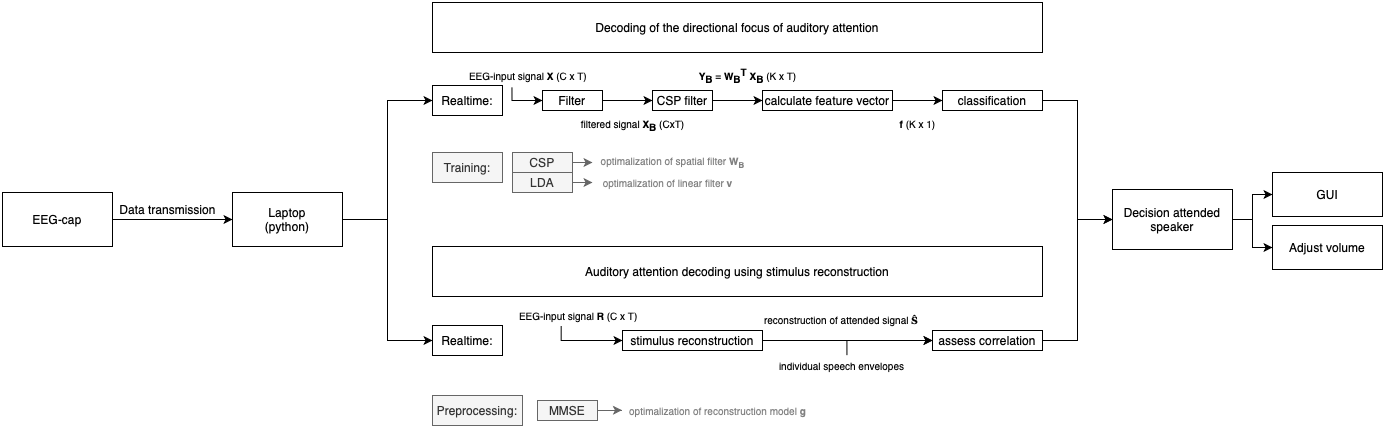
The draw.io diagram pipelineProject.png in BasCarpentero/P-O4-BMT, before a commit. Source tidied: cells renumbered, new cells last; positions are measured from the earlier drawing's top-left corner, leaving out a move shared by most shapes.
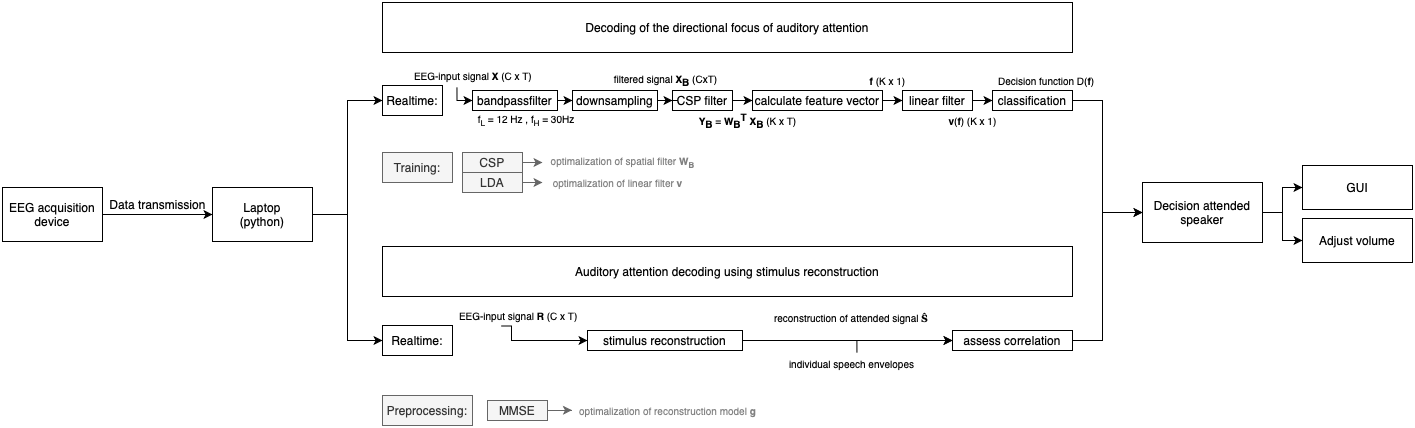
The same file after the commit.

The edit, as a diff of the source:
```diff
@@ -5,8 +5,8 @@
     <mxCell id="2" style="edgeStyle=orthogonalEdgeStyle;rounded=0;jettySize=auto;html=1;" parent="1" edge="1" source="3" target="6">
       <mxGeometry relative="1" as="geometry" />
     </mxCell>
-    <mxCell id="3" value="EEG-cap" style="rounded=0;whiteSpace=wrap;html=1;" parent="1" vertex="1">
-      <mxGeometry y="190" width="110" height="54" as="geometry" />
+    <mxCell id="3" value="EEG acquisition device" style="rounded=0;whiteSpace=wrap;html=1;" parent="1" vertex="1">
+      <mxGeometry y="190" width="100" height="54" as="geometry" />
     </mxCell>
     <mxCell id="4" style="edgeStyle=orthogonalEdgeStyle;rounded=0;jettySize=auto;html=1;exitX=1;exitY=0.5;exitDx=0;exitDy=0;entryX=0;entryY=0.5;entryDx=0;entryDy=0;fontSize=10;fontColor=#808080;" parent="1" edge="1" source="6" target="11">
       <mxGeometry relative="1" as="geometry" />
@@ -15,137 +15,147 @@
       <mxGeometry relative="1" as="geometry" />
     </mxCell>
     <mxCell id="6" value="Laptop&lt;br&gt;(python)" style="rounded=0;whiteSpace=wrap;html=1;" parent="1" vertex="1">
-      <mxGeometry x="230" y="190" width="110" height="54" as="geometry" />
+      <mxGeometry x="210" y="190" width="100" height="54" as="geometry" />
     </mxCell>
     <mxCell id="7" value="Data transmission" style="text;html=1;align=center;verticalAlign=middle;" parent="1" vertex="1">
-      <mxGeometry x="110" y="197" width="110" height="20" as="geometry" />
+      <mxGeometry x="100" y="197" width="110" height="20" as="geometry" />
     </mxCell>
     <mxCell id="8" value="Decoding of the directional focus of auditory attention" style="rounded=0;whiteSpace=wrap;html=1;" parent="1" vertex="1">
-      <mxGeometry x="430" width="610" height="50" as="geometry" />
+      <mxGeometry x="380" y="5" width="690" height="50" as="geometry" />
     </mxCell>
     <mxCell id="9" style="edgeStyle=orthogonalEdgeStyle;rounded=0;jettySize=auto;html=1;fontSize=10;fontColor=#808080;entryX=0;entryY=0.5;entryDx=0;entryDy=0;exitX=0.342;exitY=1.092;exitDx=0;exitDy=0;exitPerimeter=0;" parent="1" edge="1" source="10" target="13">
       <mxGeometry relative="1" as="geometry">
         <Array as="points">
-          <mxPoint x="510" y="98" />
+          <mxPoint x="455" y="103" />
         </Array>
       </mxGeometry>
     </mxCell>
     <mxCell id="10" value="EEG-input signal &lt;b&gt;X&lt;/b&gt; (C x T)" style="text;html=1;align=left;verticalAlign=middle;points=[];fontSize=10;" parent="1" vertex="1">
-      <mxGeometry x="465" y="63" width="130" height="20" as="geometry" />
+      <mxGeometry x="410" y="68" width="130" height="20" as="geometry" />
     </mxCell>
     <mxCell id="11" value="Realtime:" style="rounded=0;whiteSpace=wrap;html=1;" parent="1" vertex="1">
-      <mxGeometry x="430" y="83" width="70" height="30" as="geometry" />
+      <mxGeometry x="380" y="88" width="60" height="30" as="geometry" />
     </mxCell>
-    <mxCell id="12" style="edgeStyle=orthogonalEdgeStyle;rounded=0;jettySize=auto;html=1;exitX=1;exitY=0.5;exitDx=0;exitDy=0;entryX=0;entryY=0.5;entryDx=0;entryDy=0;" parent="1" edge="1" source="13" target="15">
+    <mxCell id="12" style="edgeStyle=orthogonalEdgeStyle;rounded=0;jettySize=auto;html=1;exitX=1;exitY=0.5;exitDx=0;exitDy=0;entryX=0;entryY=0.5;entryDx=0;entryDy=0;" parent="1" edge="1" source="13" target="51">
       <mxGeometry relative="1" as="geometry" />
     </mxCell>
-    <mxCell id="13" value="Filter" style="whiteSpace=wrap;html=1;" parent="1" vertex="1">
-      <mxGeometry x="540" y="88" width="60" height="20" as="geometry" />
+    <mxCell id="13" value="bandpassfilter" style="whiteSpace=wrap;html=1;" parent="1" vertex="1">
+      <mxGeometry x="470" y="93" width="85" height="20" as="geometry" />
     </mxCell>
     <mxCell id="14" style="edgeStyle=orthogonalEdgeStyle;rounded=0;jettySize=auto;html=1;exitX=1;exitY=0.5;exitDx=0;exitDy=0;entryX=0;entryY=0.5;entryDx=0;entryDy=0;" parent="1" edge="1" source="15" target="17">
       <mxGeometry relative="1" as="geometry" />
     </mxCell>
     <mxCell id="15" value="CSP filter" style="whiteSpace=wrap;html=1;" parent="1" vertex="1">
-      <mxGeometry x="650" y="88" width="60" height="20" as="geometry" />
+      <mxGeometry x="670" y="93" width="60" height="20" as="geometry" />
     </mxCell>
-    <mxCell id="16" style="edgeStyle=orthogonalEdgeStyle;rounded=0;jettySize=auto;html=1;exitX=1;exitY=0.5;exitDx=0;exitDy=0;entryX=0;entryY=0.5;entryDx=0;entryDy=0;" parent="1" edge="1" source="17" target="21">
+    <mxCell id="16" style="edgeStyle=orthogonalEdgeStyle;rounded=0;jettySize=auto;html=1;exitX=1;exitY=0.5;exitDx=0;exitDy=0;entryX=0;entryY=0.5;entryDx=0;entryDy=0;" parent="1" edge="1" source="17" target="54">
       <mxGeometry relative="1" as="geometry" />
     </mxCell>
     <mxCell id="17" value="calculate feature vector" style="whiteSpace=wrap;html=1;" parent="1" vertex="1">
-      <mxGeometry x="760" y="88" width="130" height="20" as="geometry" />
+      <mxGeometry x="750" y="93" width="130" height="20" as="geometry" />
     </mxCell>
     <mxCell id="18" value="filtered signal &lt;b&gt;X&lt;sub style=&quot;font-size: 10px&quot;&gt;B&lt;/sub&gt;&lt;/b&gt; (CxT)" style="text;html=1;align=center;verticalAlign=middle;fontSize=10;" parent="1" vertex="1">
-      <mxGeometry x="570" y="113" width="120" height="20" as="geometry" />
+      <mxGeometry x="602.5" y="73" width="120" height="20" as="geometry" />
     </mxCell>
     <mxCell id="19" value="&lt;b&gt;Y&lt;/b&gt;&lt;sub style=&quot;font-weight: bold ; font-size: 10px&quot;&gt;B&lt;/sub&gt;&lt;b&gt; &lt;/b&gt;=&lt;b&gt; W&lt;/b&gt;&lt;sub style=&quot;font-weight: bold ; font-size: 10px&quot;&gt;B&lt;/sub&gt;&lt;sup style=&quot;font-weight: bold ; font-size: 10px&quot;&gt;T&lt;/sup&gt;&lt;b&gt;&amp;nbsp;X&lt;/b&gt;&lt;sub style=&quot;font-size: 10px&quot;&gt;&lt;b&gt;B&lt;/b&gt;&amp;nbsp;&lt;/sub&gt;(K x T)" style="text;html=1;align=center;verticalAlign=middle;fontSize=10;" parent="1" vertex="1">
-      <mxGeometry x="690" y="63" width="110" height="20" as="geometry" />
+      <mxGeometry x="690" y="113" width="110" height="20" as="geometry" />
     </mxCell>
     <mxCell id="20" style="edgeStyle=orthogonalEdgeStyle;rounded=0;jettySize=auto;html=1;exitX=1;exitY=0.5;exitDx=0;exitDy=0;entryX=0;entryY=0.5;entryDx=0;entryDy=0;fontSize=10;fontColor=#808080;" parent="1" edge="1" source="21" target="47">
-      <mxGeometry relative="1" as="geometry" />
+      <mxGeometry relative="1" as="geometry">
+        <Array as="points">
+          <mxPoint x="1100" y="103" />
+          <mxPoint x="1100" y="215" />
+        </Array>
+      </mxGeometry>
     </mxCell>
     <mxCell id="21" value="classification" style="whiteSpace=wrap;html=1;" parent="1" vertex="1">
-      <mxGeometry x="940" y="88" width="100" height="20" as="geometry" />
+      <mxGeometry x="990" y="93" width="80" height="20" as="geometry" />
     </mxCell>
     <mxCell id="22" value="&lt;b&gt;f&lt;/b&gt; (K x 1)" style="text;html=1;align=center;verticalAlign=middle;fontSize=10;" parent="1" vertex="1">
-      <mxGeometry x="890" y="111" width="50" height="20" as="geometry" />
+      <mxGeometry x="860" y="73" width="50" height="20" as="geometry" />
     </mxCell>
     <mxCell id="23" value="Training:" style="rounded=0;whiteSpace=wrap;html=1;fillColor=#f5f5f5;strokeColor=#666666;fontColor=#333333;" parent="1" vertex="1">
-      <mxGeometry x="430" y="150" width="70" height="30" as="geometry" />
+      <mxGeometry x="380" y="155" width="70" height="30" as="geometry" />
     </mxCell>
     <mxCell id="24" style="edgeStyle=orthogonalEdgeStyle;rounded=0;jettySize=auto;html=1;exitX=1;exitY=0.5;exitDx=0;exitDy=0;fontSize=10;fillColor=#f5f5f5;strokeColor=#666666;" parent="1" edge="1" source="25">
       <mxGeometry relative="1" as="geometry">
-        <mxPoint x="590" y="160" as="targetPoint" />
+        <mxPoint x="540" y="165" as="targetPoint" />
       </mxGeometry>
     </mxCell>
     <mxCell id="25" value="CSP" style="whiteSpace=wrap;html=1;fillColor=#f5f5f5;strokeColor=#666666;fontColor=#333333;" parent="1" vertex="1">
-      <mxGeometry x="510" y="150" width="60" height="20" as="geometry" />
+      <mxGeometry x="460" y="155" width="60" height="20" as="geometry" />
     </mxCell>
     <mxCell id="26" value="optimalization of spatial filter&amp;nbsp;&lt;b&gt;W&lt;sub&gt;B&lt;/sub&gt;&lt;/b&gt;" style="text;html=1;align=center;verticalAlign=middle;fontSize=10;fontColor=#808080;" parent="1" vertex="1">
-      <mxGeometry x="590" y="150" width="160" height="20" as="geometry" />
+      <mxGeometry x="540" y="155" width="160" height="20" as="geometry" />
     </mxCell>
     <mxCell id="27" style="edgeStyle=orthogonalEdgeStyle;rounded=0;jettySize=auto;html=1;exitX=1;exitY=0.5;exitDx=0;exitDy=0;fontSize=10;fillColor=#f5f5f5;strokeColor=#666666;" parent="1" edge="1" source="28">
       <mxGeometry relative="1" as="geometry">
-        <mxPoint x="590" y="180" as="targetPoint" />
+        <mxPoint x="540" y="185" as="targetPoint" />
       </mxGeometry>
     </mxCell>
     <mxCell id="28" value="LDA" style="whiteSpace=wrap;html=1;fillColor=#f5f5f5;strokeColor=#666666;fontColor=#333333;" parent="1" vertex="1">
-      <mxGeometry x="510" y="170" width="60" height="20" as="geometry" />
+      <mxGeometry x="460" y="175" width="60" height="20" as="geometry" />
     </mxCell>
     <mxCell id="29" value="&lt;div style=&quot;text-align: left&quot;&gt;optimalization of linear filter &lt;b&gt;v&lt;/b&gt;&lt;/div&gt;" style="text;html=1;align=center;verticalAlign=middle;fontSize=10;fontColor=#808080;" parent="1" vertex="1">
-      <mxGeometry x="590" y="170" width="150" height="20" as="geometry" />
+      <mxGeometry x="540" y="175" width="150" height="20" as="geometry" />
     </mxCell>
     <mxCell id="30" value="Auditory attention decoding using stimulus reconstruction" style="rounded=0;whiteSpace=wrap;html=1;" parent="1" vertex="1">
-      <mxGeometry x="430" y="244" width="610" height="50" as="geometry" />
+      <mxGeometry x="380" y="249" width="690" height="50" as="geometry" />
     </mxCell>
     <mxCell id="31" value="Realtime:" style="rounded=0;whiteSpace=wrap;html=1;" parent="1" vertex="1">
-      <mxGeometry x="430" y="323" width="70" height="30" as="geometry" />
+      <mxGeometry x="380" y="328" width="70" height="30" as="geometry" />
     </mxCell>
     <mxCell id="32" style="edgeStyle=orthogonalEdgeStyle;rounded=0;jettySize=auto;html=1;entryX=0;entryY=0.5;entryDx=0;entryDy=0;fontSize=10;fontColor=#808080;exitX=0.336;exitY=1.025;exitDx=0;exitDy=0;exitPerimeter=0;" parent="1" edge="1" source="33" target="35">
       <mxGeometry relative="1" as="geometry">
         <Array as="points">
-          <mxPoint x="559" y="338" />
+          <mxPoint x="509" y="343" />
         </Array>
       </mxGeometry>
     </mxCell>
     <mxCell id="33" value="EEG-input signal &lt;b&gt;R &lt;/b&gt;(C x T)" style="text;html=1;align=left;verticalAlign=middle;points=[];fontSize=10;" parent="1" vertex="1">
-      <mxGeometry x="515" y="303" width="130" height="20" as="geometry" />
+      <mxGeometry x="455" y="308" width="130" height="20" as="geometry" />
     </mxCell>
     <mxCell id="34" style="edgeStyle=orthogonalEdgeStyle;rounded=0;jettySize=auto;html=1;entryX=0;entryY=0.5;entryDx=0;entryDy=0;fontSize=10;fontColor=#808080;" parent="1" edge="1" source="35" target="37">
       <mxGeometry relative="1" as="geometry" />
     </mxCell>
     <mxCell id="35" value="stimulus reconstruction" style="whiteSpace=wrap;html=1;" parent="1" vertex="1">
-      <mxGeometry x="620" y="328" width="140" height="20" as="geometry" />
+      <mxGeometry x="585" y="333" width="155" height="20" as="geometry" />
     </mxCell>
     <mxCell id="36" style="edgeStyle=orthogonalEdgeStyle;rounded=0;jettySize=auto;html=1;exitX=1;exitY=0.5;exitDx=0;exitDy=0;entryX=0;entryY=0.5;entryDx=0;entryDy=0;fontSize=10;fontColor=#808080;" parent="1" edge="1" source="37" target="47">
-      <mxGeometry relative="1" as="geometry" />
+      <mxGeometry relative="1" as="geometry">
+        <Array as="points">
+          <mxPoint x="1100" y="343" />
+          <mxPoint x="1100" y="215" />
+        </Array>
+      </mxGeometry>
     </mxCell>
     <mxCell id="37" value="assess correlation" style="whiteSpace=wrap;html=1;" parent="1" vertex="1">
-      <mxGeometry x="930" y="328" width="110" height="20" as="geometry" />
+      <mxGeometry x="950" y="333" width="120" height="20" as="geometry" />
     </mxCell>
     <mxCell id="38" value="&lt;font style=&quot;font-size: 10px&quot;&gt;reconstruction of attended&amp;nbsp;signal&amp;nbsp;&lt;span style=&quot;font-family: &amp;#34;linux libertine&amp;#34; , &amp;#34;georgia&amp;#34; , &amp;#34;times&amp;#34; , serif ; background-color: rgb(255 , 255 , 255)&quot;&gt;&lt;b&gt;Ŝ&lt;/b&gt;&lt;/span&gt;&lt;/font&gt;" style="text;html=1;align=left;verticalAlign=middle;fontSize=10;" parent="1" vertex="1">
-      <mxGeometry x="760" y="308" width="170" height="20" as="geometry" />
+      <mxGeometry x="770" y="310.5" width="170" height="20" as="geometry" />
     </mxCell>
     <mxCell id="39" style="edgeStyle=orthogonalEdgeStyle;rounded=0;jettySize=auto;html=1;entryX=0;entryY=0.5;entryDx=0;entryDy=0;fontSize=10;fontColor=#808080;exitX=0.496;exitY=-0.017;exitDx=0;exitDy=0;exitPerimeter=0;" parent="1" edge="1" source="40" target="37">
       <mxGeometry relative="1" as="geometry">
         <Array as="points">
-          <mxPoint x="844" y="338" />
+          <mxPoint x="854" y="343" />
         </Array>
       </mxGeometry>
     </mxCell>
     <mxCell id="40" value="individual speech envelopes" style="text;html=1;align=left;verticalAlign=middle;points=[];fontSize=10;" parent="1" vertex="1">
-      <mxGeometry x="775" y="353" width="140" height="20" as="geometry" />
+      <mxGeometry x="785" y="355.5" width="140" height="20" as="geometry" />
     </mxCell>
     <mxCell id="41" value="Preprocessing:" style="rounded=0;whiteSpace=wrap;html=1;fillColor=#f5f5f5;strokeColor=#666666;fontColor=#333333;" parent="1" vertex="1">
-      <mxGeometry x="430" y="393" width="90" height="30" as="geometry" />
+      <mxGeometry x="380" y="398" width="90" height="30" as="geometry" />
     </mxCell>
     <mxCell id="42" style="edgeStyle=orthogonalEdgeStyle;rounded=0;jettySize=auto;html=1;exitX=1;exitY=0.5;exitDx=0;exitDy=0;entryX=-0.003;entryY=0.483;entryDx=0;entryDy=0;entryPerimeter=0;fontSize=10;fontColor=#808080;fillColor=#f5f5f5;strokeColor=#666666;" parent="1" edge="1" source="43" target="44">
       <mxGeometry relative="1" as="geometry" />
     </mxCell>
     <mxCell id="43" value="MMSE" style="whiteSpace=wrap;html=1;fillColor=#f5f5f5;strokeColor=#666666;fontColor=#333333;" parent="1" vertex="1">
-      <mxGeometry x="535" y="398" width="60" height="20" as="geometry" />
+      <mxGeometry x="485" y="403" width="60" height="20" as="geometry" />
     </mxCell>
     <mxCell id="44" value="optimalization of reconstruction model&amp;nbsp;&lt;b&gt;g&lt;/b&gt;" style="text;html=1;align=center;verticalAlign=middle;points=[];fontSize=10;fontColor=#808080;" parent="1" vertex="1">
-      <mxGeometry x="620" y="398" width="190" height="20" as="geometry" />
+      <mxGeometry x="570" y="403" width="190" height="20" as="geometry" />
     </mxCell>
     <mxCell id="45" style="edgeStyle=orthogonalEdgeStyle;rounded=0;jettySize=auto;html=1;exitX=1;exitY=0.5;exitDx=0;exitDy=0;entryX=0;entryY=0.5;entryDx=0;entryDy=0;fontSize=12;fontColor=#808080;" parent="1" edge="1" source="47" target="49">
       <mxGeometry relative="1" as="geometry" />
@@ -154,13 +164,34 @@
       <mxGeometry relative="1" as="geometry" />
     </mxCell>
     <mxCell id="47" value="Decision attended speaker" style="rounded=0;whiteSpace=wrap;html=1;fontSize=12;align=center;" parent="1" vertex="1">
-      <mxGeometry x="1110" y="187" width="120" height="60" as="geometry" />
+      <mxGeometry x="1140" y="185" width="120" height="60" as="geometry" />
     </mxCell>
     <mxCell id="48" value="GUI" style="rounded=0;whiteSpace=wrap;html=1;fontSize=12;align=center;" parent="1" vertex="1">
-      <mxGeometry x="1270" y="170" width="110" height="44" as="geometry" />
+      <mxGeometry x="1300" y="168" width="110" height="44" as="geometry" />
     </mxCell>
     <mxCell id="49" value="Adjust volume" style="rounded=0;whiteSpace=wrap;html=1;fontSize=12;align=center;" parent="1" vertex="1">
-      <mxGeometry x="1270" y="223" width="110" height="44" as="geometry" />
+      <mxGeometry x="1300" y="221" width="110" height="44" as="geometry" />
     </mxCell>
+    <mxCell id="50" style="edgeStyle=orthogonalEdgeStyle;rounded=0;jettySize=auto;html=1;exitX=1;exitY=0.5;exitDx=0;exitDy=0;" parent="1" edge="1" source="51" target="15">
+      <mxGeometry relative="1" as="geometry" />
+    </mxCell>
+    <mxCell id="51" value="downsampling" style="whiteSpace=wrap;html=1;" parent="1" vertex="1">
+      <mxGeometry x="570" y="93" width="85" height="20" as="geometry" />
+    </mxCell>
+    <mxCell id="52" value="f&lt;sub&gt;L&lt;/sub&gt; = 12 Hz , f&lt;sub&gt;H&lt;/sub&gt; = 30Hz&amp;nbsp;" style="text;html=1;align=center;verticalAlign=middle;fontSize=10;" parent="1" vertex="1">
+      <mxGeometry x="470" y="113" width="110" height="20" as="geometry" />
+    </mxCell>
+    <mxCell id="53" style="edgeStyle=orthogonalEdgeStyle;rounded=0;jettySize=auto;html=1;exitX=1;exitY=0.5;exitDx=0;exitDy=0;" parent="1" edge="1" source="54" target="21">
+      <mxGeometry relative="1" as="geometry" />
+    </mxCell>
+    <mxCell id="54" value="linear filter" style="whiteSpace=wrap;html=1;" parent="1" vertex="1">
+      <mxGeometry x="900" y="93" width="70" height="20" as="geometry" />
+    </mxCell>
+    <mxCell id="55" value="&lt;b&gt;v&lt;/b&gt;(&lt;b&gt;f&lt;/b&gt;) (K x 1)" style="text;html=1;align=center;verticalAlign=middle;fontSize=10;" parent="1" vertex="1">
+      <mxGeometry x="940" y="113" width="60" height="20" as="geometry" />
+    </mxCell>
+    <mxCell id="56" value="Decision function D(&lt;b&gt;f&lt;/b&gt;)&amp;nbsp;" style="text;html=1;align=center;verticalAlign=middle;fontSize=10;" parent="1" vertex="1">
+      <mxGeometry x="990" y="73" width="110" height="20" as="geometry" />
+    </mxCell>
   </root>
 </mxGraphModel>
```
